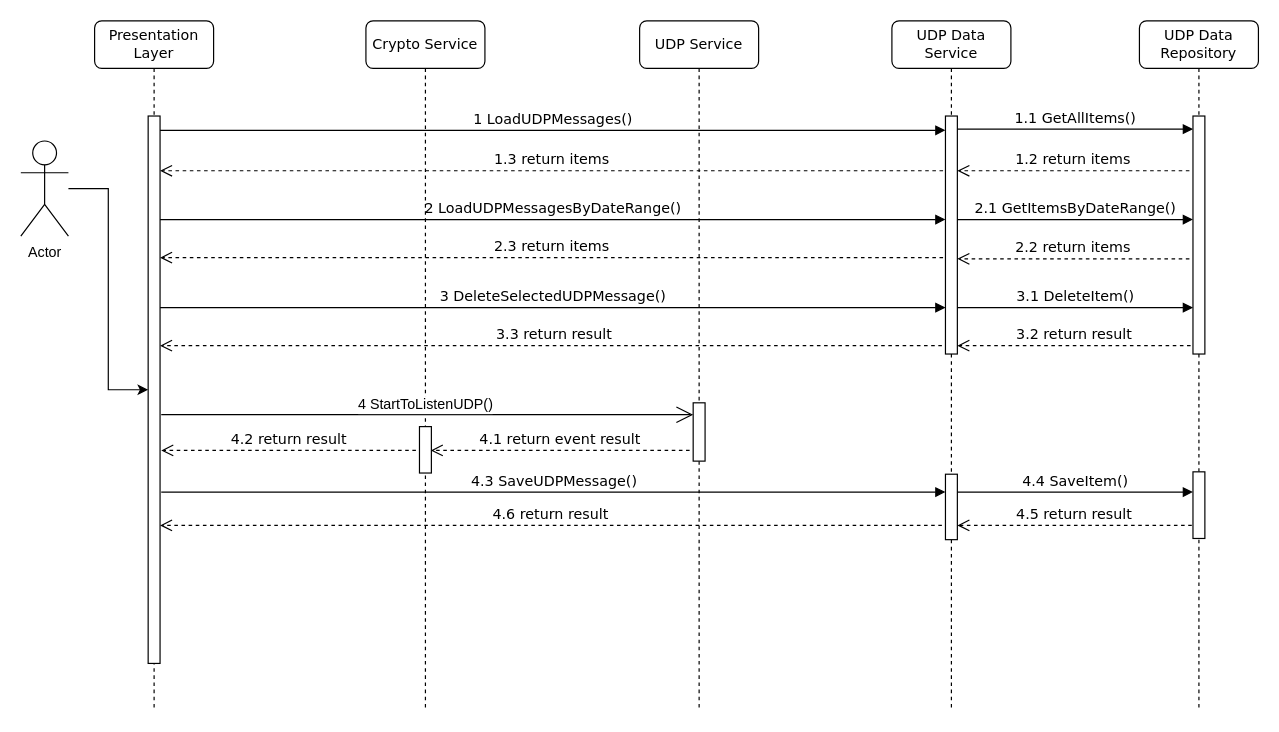
Above: UDPCommunication.UI/Documentation/UMLDiagrams/uml_sequence_diagram.drawio in cusfekes/UDPCommunication (draw.io), before the change. Source tidied: cells renumbered, new cells numbered last; positions are measured from the earlier drawing's top-left corner, leaving out a move shared by most shapes. Both pictures are drawn from the tidied source at 119%, with x=0, y=0 at pixel (20, 20).
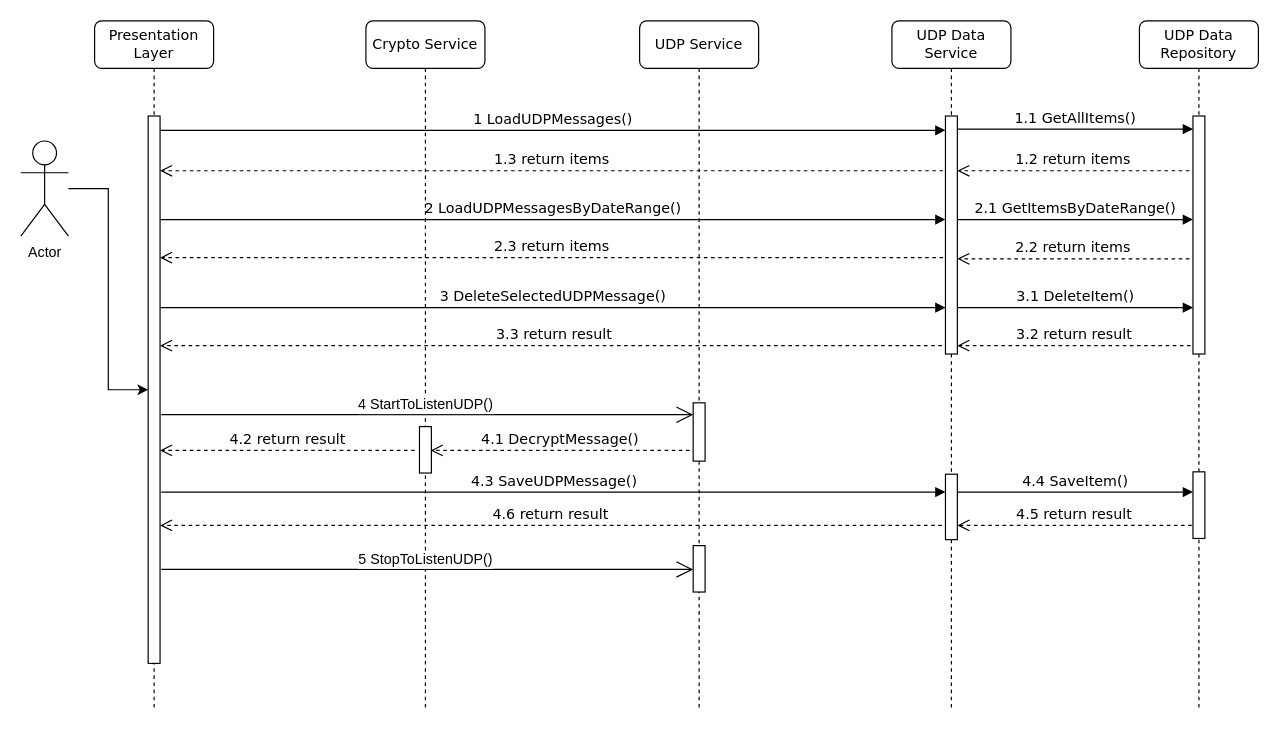
After the change.

Commit message:
uml editings

The change refers to these unchanged cells:
```xml
<mxCell id="7" value="UDP Service" style="shape=umlLifeline;perimeter=lifelinePerimeter;whiteSpace=wrap;html=1;rounded=1;shadow=0;comic=0;labelBackgroundColor=none;strokeWidth=1;fontFamily=Verdana;fontSize=12;align=center;" parent="1" vertex="1">
  <mxGeometry x="520" width="100" height="580" as="geometry" />
</mxCell>
```

Change to the diagram source:
```diff
@@
-    <mxCell id="10" value="4.1 return event result" style="html=1;verticalAlign=bottom;endArrow=open;dashed=1;endSize=8;labelBackgroundColor=none;fontFamily=Verdana;fontSize=12;edgeStyle=elbowEdgeStyle;elbow=vertical;" parent="7" edge="1">
+    <mxCell id="10" value="4.1 DecryptMessage()" style="html=1;verticalAlign=bottom;endArrow=open;dashed=1;endSize=8;labelBackgroundColor=none;fontFamily=Verdana;fontSize=12;edgeStyle=elbowEdgeStyle;elbow=vertical;" parent="7" edge="1">
       <mxGeometry relative="1" as="geometry">
         <mxPoint x="42" y="361" as="sourcePoint" />
         <mxPoint x="-175.5" y="361" as="targetPoint" />
       </mxGeometry>
     </mxCell>
+    <mxCell id="36" style="html=1;perimeter=orthogonalPerimeter;rounded=0;shadow=0;comic=0;labelBackgroundColor=none;strokeWidth=1;fontFamily=Verdana;fontSize=12;align=center;" parent="7" vertex="1">
+      <mxGeometry x="45" y="441" width="10" height="39" as="geometry" />
+    </mxCell>
@@
     <mxCell id="34" value="4.2 return result" style="html=1;verticalAlign=bottom;endArrow=open;dashed=1;endSize=8;labelBackgroundColor=none;fontFamily=Verdana;fontSize=12;edgeStyle=elbowEdgeStyle;elbow=vertical;" parent="1" edge="1">
       <mxGeometry relative="1" as="geometry">
-        <mxPoint x="332" y="361" as="sourcePoint" />
-        <mxPoint x="118" y="361" as="targetPoint" />
+        <mxPoint x="331" y="361" as="sourcePoint" />
+        <mxPoint x="117" y="361" as="targetPoint" />
       </mxGeometry>
     </mxCell>
@@
+    <mxCell id="37" style="endArrow=open;endFill=1;endSize=12;html=1;rounded=0;jumpSize=6;" parent="1" edge="1">
+      <mxGeometry relative="1" as="geometry">
+        <mxPoint x="118" y="461" as="sourcePoint" />
+        <mxPoint x="565" y="461" as="targetPoint" />
+      </mxGeometry>
+    </mxCell>
+    <mxCell id="38" value="5 StopToListenUDP()" style="edgeLabel;html=1;align=center;verticalAlign=middle;fontSize=12;" parent="37" vertex="1">
+      <mxGeometry x="-0.01" y="9" relative="1" as="geometry" />
+    </mxCell>
```
